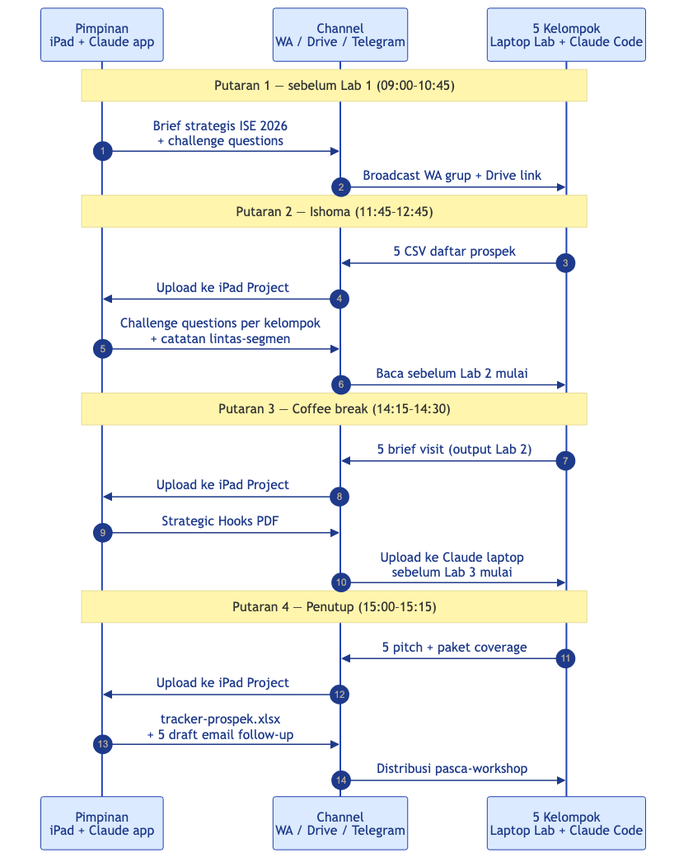
Above: workbook/diagrams/boss-interaction.png in artivisi/bsi-islamic-ecosystem-ai (Mermaid), before the change. Its source is kept beside it as workbook/diagrams/boss-interaction.mmd. The source it was exported from:
```mermaid
---
config:
  theme: base
  themeVariables:
    primaryColor: "#dbeafe"
    primaryTextColor: "#1e3a8a"
    primaryBorderColor: "#1e40af"
    lineColor: "#475569"
    fontSize: "13px"
---
sequenceDiagram
    autonumber
    participant B as Pimpinan<br/>iPad + Claude app
    participant CH as Channel<br/>WA / Drive / Telegram
    participant K as 5 Kelompok<br/>Laptop Lab + Claude Code

    Note over B,K: Putaran 1 — sebelum Lab 1 (09:00–10:45)
    B->>CH: Brief strategis ISE 2026<br/>+ challenge questions
    CH->>K: Broadcast WA grup + Drive link

    Note over B,K: Putaran 2 — Ishoma (11:45–12:45)
    K->>CH: 5 CSV daftar prospek
    CH->>B: Upload ke iPad Project
    B->>CH: Challenge questions per kelompok<br/>+ catatan lintas-segmen
    CH->>K: Baca sebelum Lab 2 mulai

    Note over B,K: Putaran 3 — Coffee break (14:15–14:30)
    K->>CH: 5 brief visit (output Lab 2)
    CH->>B: Upload ke iPad Project
    B->>CH: Strategic Hooks PDF
    CH->>K: Upload ke Claude laptop<br/>sebelum Lab 3 mulai

    Note over B,K: Putaran 4 — Penutup (15:00–15:15)
    K->>CH: 5 pitch + paket coverage
    CH->>B: Upload ke iPad Project
    B->>CH: tracker-prospek.xlsx<br/>+ 5 draft email follow-up
    CH->>K: Distribusi pasca-workshop
```
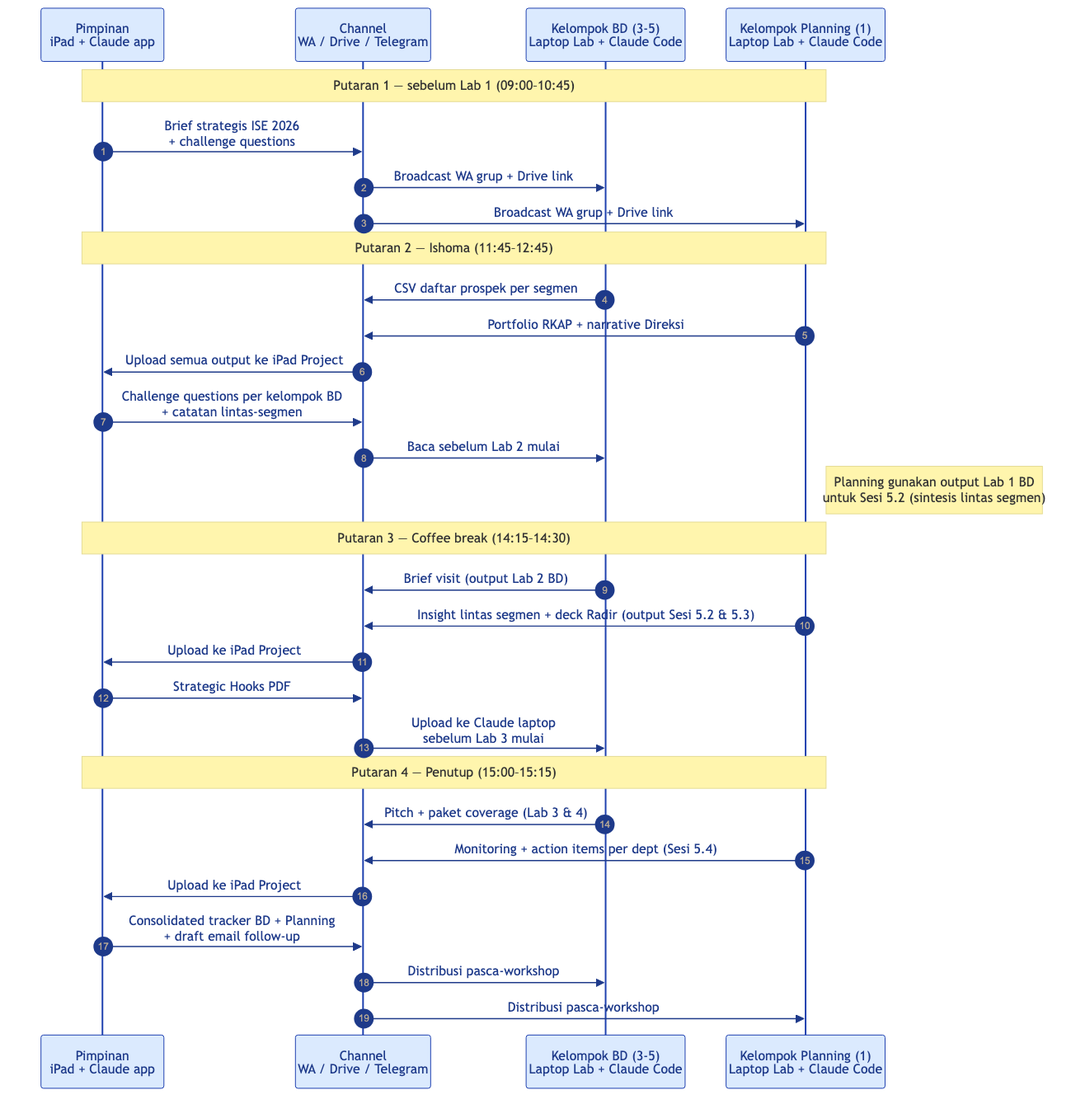
Above is the later version.

What changed in the source:
```diff
@@ -12,26 +12,33 @@
     autonumber
     participant B as Pimpinan<br/>iPad + Claude app
     participant CH as Channel<br/>WA / Drive / Telegram
-    participant K as 5 Kelompok<br/>Laptop Lab + Claude Code
+    participant K as Kelompok BD (3-5)<br/>Laptop Lab + Claude Code
+    participant P as Kelompok Planning (1)<br/>Laptop Lab + Claude Code
 
-    Note over B,K: Putaran 1 — sebelum Lab 1 (09:00–10:45)
+    Note over B,P: Putaran 1 — sebelum Lab 1 (09:00–10:45)
     B->>CH: Brief strategis ISE 2026<br/>+ challenge questions
     CH->>K: Broadcast WA grup + Drive link
+    CH->>P: Broadcast WA grup + Drive link
 
-    Note over B,K: Putaran 2 — Ishoma (11:45–12:45)
-    K->>CH: 5 CSV daftar prospek
-    CH->>B: Upload ke iPad Project
-    B->>CH: Challenge questions per kelompok<br/>+ catatan lintas-segmen
+    Note over B,P: Putaran 2 — Ishoma (11:45–12:45)
+    K->>CH: CSV daftar prospek per segmen
+    P->>CH: Portfolio RKAP + narrative Direksi
+    CH->>B: Upload semua output ke iPad Project
+    B->>CH: Challenge questions per kelompok BD<br/>+ catatan lintas-segmen
     CH->>K: Baca sebelum Lab 2 mulai
+    Note right of P: Planning gunakan output Lab 1 BD<br/>untuk Sesi 5.2 (sintesis lintas segmen)
 
-    Note over B,K: Putaran 3 — Coffee break (14:15–14:30)
-    K->>CH: 5 brief visit (output Lab 2)
+    Note over B,P: Putaran 3 — Coffee break (14:15–14:30)
+    K->>CH: Brief visit (output Lab 2 BD)
+    P->>CH: Insight lintas segmen + deck Radir (output Sesi 5.2 & 5.3)
     CH->>B: Upload ke iPad Project
     B->>CH: Strategic Hooks PDF
     CH->>K: Upload ke Claude laptop<br/>sebelum Lab 3 mulai
 
-    Note over B,K: Putaran 4 — Penutup (15:00–15:15)
-    K->>CH: 5 pitch + paket coverage
+    Note over B,P: Putaran 4 — Penutup (15:00–15:15)
+    K->>CH: Pitch + paket coverage (Lab 3 & 4)
+    P->>CH: Monitoring + action items per dept (Sesi 5.4)
     CH->>B: Upload ke iPad Project
-    B->>CH: tracker-prospek.xlsx<br/>+ 5 draft email follow-up
+    B->>CH: Consolidated tracker BD + Planning<br/>+ draft email follow-up
     CH->>K: Distribusi pasca-workshop
+    CH->>P: Distribusi pasca-workshop
```
